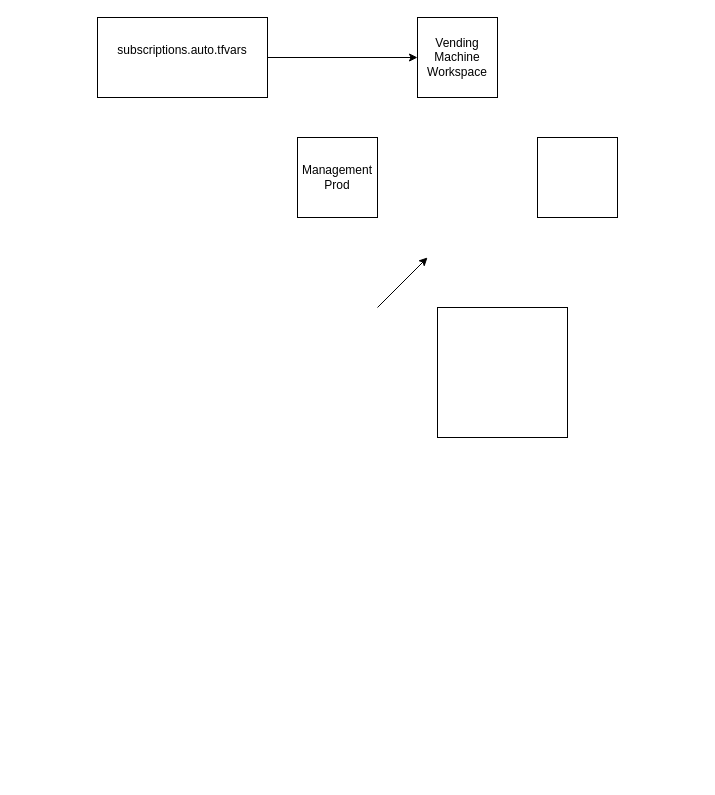
Before: Azure Vending Machine.drawio in endajf/ruby-hello-world, a draw.io diagram. Source tidied: cells renumbered, new cells numbered last; positions are measured from the earlier drawing's top-left corner, leaving out a move shared by most shapes. Both pictures are drawn from the tidied source at 100%, with x=0, y=0 at pixel (97, 17).
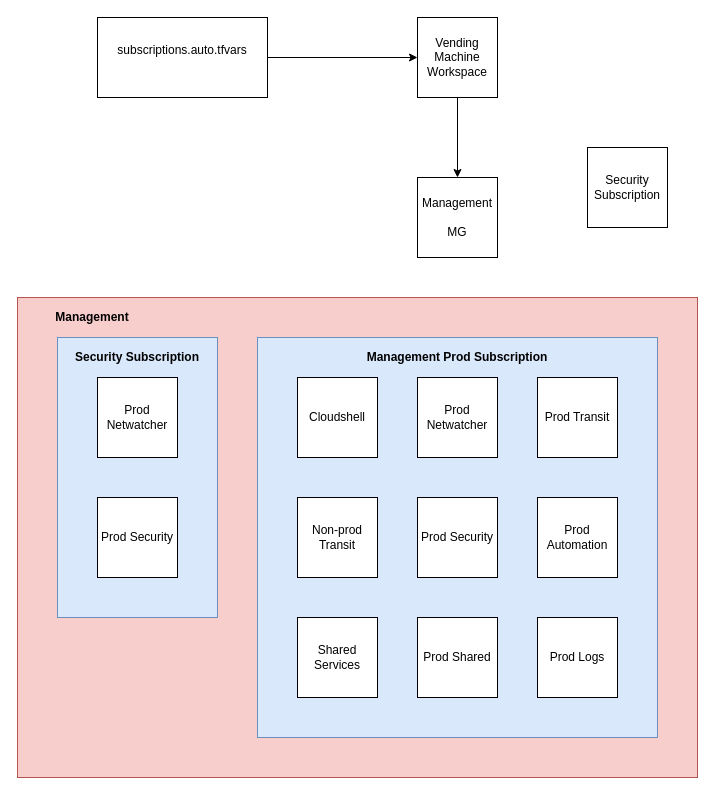
Above is the later version.

The change refers to these unchanged cells:
```xml
<mxCell id="3" value="&lt;div&gt;Vending&lt;/div&gt;&lt;div&gt;Machine&lt;/div&gt;&lt;div&gt;Workspace&lt;/div&gt;" style="whiteSpace=wrap;html=1;" parent="1" vertex="1">
  <mxGeometry x="320" width="80" height="80" as="geometry" />
</mxCell>
```

Diff of the diagram source:
```diff
@@
+    <mxCell id="9" style="rounded=0;whiteSpace=wrap;html=1;fillColor=#f8cecc;strokeColor=#b85450;" parent="1" vertex="1">
+      <mxGeometry x="-80" y="280" width="680" height="480" as="geometry" />
+    </mxCell>
+    <mxCell id="10" style="rounded=0;whiteSpace=wrap;html=1;fillColor=#dae8fc;strokeColor=#6c8ebf;" parent="1" vertex="1">
+      <mxGeometry x="-40" y="320" width="160" height="280" as="geometry" />
+    </mxCell>
+    <mxCell id="11" style="rounded=0;whiteSpace=wrap;html=1;fillColor=#dae8fc;strokeColor=#6c8ebf;" parent="1" vertex="1">
+      <mxGeometry x="160" y="320" width="400" height="400" as="geometry" />
+    </mxCell>
-    <mxCell id="2" style="whiteSpace=wrap;html=1;" parent="1" vertex="1">
-      <mxGeometry x="340" y="290" width="130" height="130" as="geometry" />
+    <mxCell id="2" value="&lt;div&gt;Cloudshell&lt;/div&gt;" style="whiteSpace=wrap;html=1;" parent="1" vertex="1">
+      <mxGeometry x="200" y="360" width="80" height="80" as="geometry" />
     </mxCell>
@@
-    <mxCell id="4" value="&lt;div&gt;Management&lt;/div&gt;&lt;div&gt;Prod&lt;br&gt;&lt;/div&gt;" style="whiteSpace=wrap;html=1;" parent="1" vertex="1">
-      <mxGeometry x="200" y="120" width="80" height="80" as="geometry" />
+    <mxCell id="4" value="&lt;div&gt;Management&lt;/div&gt;&lt;div&gt;&lt;br&gt;&lt;/div&gt;&lt;div&gt;MG&lt;br&gt;&lt;/div&gt;" style="whiteSpace=wrap;html=1;" parent="1" vertex="1">
+      <mxGeometry x="320" y="160" width="80" height="80" as="geometry" />
     </mxCell>
@@
-    <mxCell id="7" style="whiteSpace=wrap;html=1;" parent="1" vertex="1">
-      <mxGeometry x="440" y="120" width="80" height="80" as="geometry" />
+    <mxCell id="7" value="&lt;div&gt;Security&lt;/div&gt;&lt;div&gt;Subscription&lt;/div&gt;" style="whiteSpace=wrap;html=1;" parent="1" vertex="1">
+      <mxGeometry x="490" y="130" width="80" height="80" as="geometry" />
     </mxCell>
-    <mxCell id="8" style="endArrow=classic;html=1;" parent="1" edge="1">
-      <mxGeometry relative="1" as="geometry">
-        <mxPoint x="280" y="290" as="sourcePoint" />
-        <mxPoint x="330" y="240" as="targetPoint" />
-      </mxGeometry>
+    <mxCell id="8" style="endArrow=classic;html=1;exitX=0.5;exitY=1;exitDx=0;exitDy=0;entryX=0.5;entryY=0;entryDx=0;entryDy=0;" parent="1" edge="1" source="3" target="4">
+      <mxGeometry relative="1" as="geometry" />
     </mxCell>
+    <mxCell id="12" value="&lt;div&gt;Non-prod Transit&lt;/div&gt;" style="whiteSpace=wrap;html=1;" parent="1" vertex="1">
+      <mxGeometry x="200" y="480" width="80" height="80" as="geometry" />
+    </mxCell>
+    <mxCell id="13" value="Prod Netwatcher" style="whiteSpace=wrap;html=1;" parent="1" vertex="1">
+      <mxGeometry x="320" y="360" width="80" height="80" as="geometry" />
+    </mxCell>
+    <mxCell id="14" value="Prod Security" style="whiteSpace=wrap;html=1;" parent="1" vertex="1">
+      <mxGeometry x="320" y="480" width="80" height="80" as="geometry" />
+    </mxCell>
+    <mxCell id="15" value="&lt;div&gt;Shared Services&lt;br&gt;&lt;/div&gt;" style="whiteSpace=wrap;html=1;" parent="1" vertex="1">
+      <mxGeometry x="200" y="600" width="80" height="80" as="geometry" />
+    </mxCell>
+    <mxCell id="16" value="&lt;div&gt;Prod Shared&lt;br&gt;&lt;/div&gt;" style="whiteSpace=wrap;html=1;" parent="1" vertex="1">
+      <mxGeometry x="320" y="600" width="80" height="80" as="geometry" />
+    </mxCell>
+    <mxCell id="17" value="&lt;div&gt;Prod Transit&lt;br&gt;&lt;/div&gt;" style="whiteSpace=wrap;html=1;" parent="1" vertex="1">
+      <mxGeometry x="440" y="360" width="80" height="80" as="geometry" />
+    </mxCell>
+    <mxCell id="18" value="&lt;div&gt;Prod Logs&lt;/div&gt;" style="whiteSpace=wrap;html=1;" parent="1" vertex="1">
+      <mxGeometry x="440" y="600" width="80" height="80" as="geometry" />
+    </mxCell>
+    <mxCell id="19" value="&lt;div&gt;Prod Automation&lt;br&gt;&lt;/div&gt;" style="whiteSpace=wrap;html=1;" parent="1" vertex="1">
+      <mxGeometry x="440" y="480" width="80" height="80" as="geometry" />
+    </mxCell>
+    <mxCell id="20" value="Prod Security" style="whiteSpace=wrap;html=1;" parent="1" vertex="1">
+      <mxGeometry y="480" width="80" height="80" as="geometry" />
+    </mxCell>
+    <mxCell id="21" value="Prod Netwatcher" style="whiteSpace=wrap;html=1;" parent="1" vertex="1">
+      <mxGeometry y="360" width="80" height="80" as="geometry" />
+    </mxCell>
+    <mxCell id="22" value="&lt;div&gt;Management Prod Subscription&lt;/div&gt;" style="text;html=1;strokeColor=none;fillColor=none;align=center;verticalAlign=middle;whiteSpace=wrap;rounded=0;fontStyle=1;" parent="1" vertex="1">
+      <mxGeometry x="265" y="330" width="190" height="20" as="geometry" />
+    </mxCell>
+    <mxCell id="23" value="Security Subscription" style="text;html=1;strokeColor=none;fillColor=none;align=center;verticalAlign=middle;whiteSpace=wrap;rounded=0;fontStyle=1;" parent="1" vertex="1">
+      <mxGeometry x="-30" y="330" width="140" height="20" as="geometry" />
+    </mxCell>
+    <mxCell id="24" value="Management" style="text;html=1;strokeColor=none;fillColor=none;align=center;verticalAlign=middle;whiteSpace=wrap;rounded=0;fontStyle=1;" parent="1" vertex="1">
+      <mxGeometry x="-40" y="290" width="70" height="20" as="geometry" />
+    </mxCell>
```
